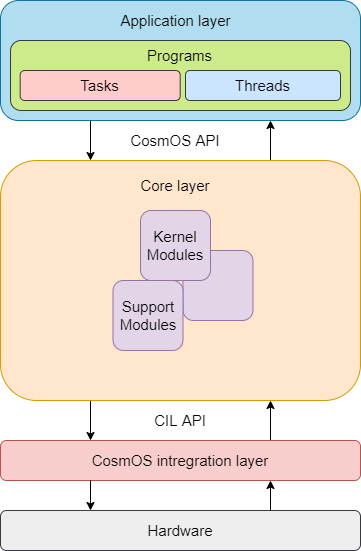
CosmOS-Creators/docs keeps this draw.io diagram as images/architecture/cosmos_structure.png. Above is the earlier version. Source tidied: cells renumbered, new cells last; positions are measured from the earlier drawing's top-left corner, leaving out a move shared by most shapes.
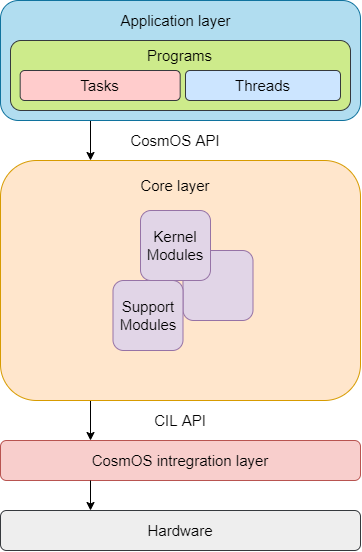
After the commit.

The edit, as a diff of the source:
```diff
@@ -7,17 +7,9 @@
         <mxPoint x="90" y="120" as="sourcePoint" />
       </mxGeometry>
     </mxCell>
-    <mxCell id="3" style="edgeStyle=orthogonalEdgeStyle;jettySize=auto;html=1;exitX=0.75;exitY=0;exitDx=0;exitDy=0;entryX=0.75;entryY=1;entryDx=0;entryDy=0;fontSize=15;" parent="1" edge="1" source="6">
-      <mxGeometry relative="1" as="geometry">
-        <mxPoint x="270" y="120" as="targetPoint" />
-      </mxGeometry>
-    </mxCell>
     <mxCell id="4" style="edgeStyle=orthogonalEdgeStyle;jettySize=auto;html=1;exitX=0.25;exitY=1;exitDx=0;exitDy=0;entryX=0.25;entryY=0;entryDx=0;entryDy=0;fontSize=13;" parent="1" edge="1" source="6" target="7">
       <mxGeometry relative="1" as="geometry" />
     </mxCell>
-    <mxCell id="5" style="edgeStyle=orthogonalEdgeStyle;jettySize=auto;html=1;exitX=0.75;exitY=0;exitDx=0;exitDy=0;entryX=0.75;entryY=1;entryDx=0;entryDy=0;fontSize=13;" parent="1" edge="1" source="7" target="6">
-      <mxGeometry relative="1" as="geometry" />
-    </mxCell>
     <mxCell id="6" style="whiteSpace=wrap;html=1;fillColor=#ffe6cc;strokeColor=#d79b00;rounded=1;" parent="1" vertex="1">
       <mxGeometry y="160" width="360" height="240" as="geometry" />
     </mxCell>
@@ -33,9 +25,6 @@
     <mxCell id="10" style="edgeStyle=orthogonalEdgeStyle;jettySize=auto;html=1;exitX=0.25;exitY=1;exitDx=0;exitDy=0;entryX=0.25;entryY=0;entryDx=0;entryDy=0;fontSize=13;" parent="1" edge="1" source="7" target="12">
       <mxGeometry relative="1" as="geometry" />
     </mxCell>
-    <mxCell id="11" style="edgeStyle=orthogonalEdgeStyle;jettySize=auto;html=1;exitX=0.75;exitY=0;exitDx=0;exitDy=0;entryX=0.75;entryY=1;entryDx=0;entryDy=0;fontSize=13;" parent="1" edge="1" source="12" target="7">
-      <mxGeometry relative="1" as="geometry" />
-    </mxCell>
     <mxCell id="12" style="whiteSpace=wrap;html=1;fontSize=13;fillColor=#eeeeee;strokeColor=#36393d;rounded=1;" parent="1" vertex="1">
       <mxGeometry y="510" width="360" height="40" as="geometry" />
     </mxCell>
@@ -46,7 +35,7 @@
       <mxGeometry x="85" y="515" width="190" height="30" as="geometry" />
     </mxCell>
     <mxCell id="15" value="CIL API" style="text;html=1;strokeColor=none;fillColor=none;align=center;verticalAlign=middle;whiteSpace=wrap;fontSize=15;rounded=1;" parent="1" vertex="1">
-      <mxGeometry x="85" y="400" width="190" height="40" as="geometry" />
+      <mxGeometry x="84.5" y="400" width="190" height="40" as="geometry" />
     </mxCell>
     <mxCell id="16" style="whiteSpace=wrap;html=1;fillColor=#e1d5e7;strokeColor=#9673a6;rounded=1;" parent="1" vertex="1">
       <mxGeometry x="182.5" y="250" width="70" height="70" as="geometry" />
```
